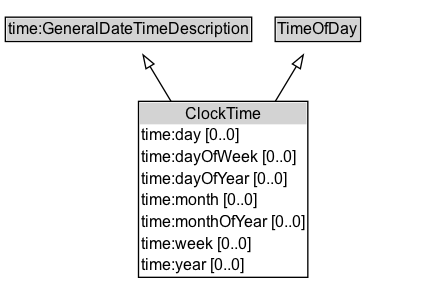
k-vaughn/ontology-its-time keeps this Graphviz diagram as docs/diagrams/ClockTime.dot.png. Above is the earlier version. Its source is kept beside it as docs/diagrams/ClockTime.dot.
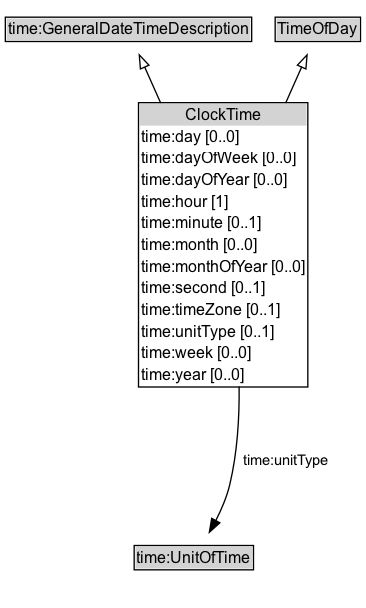
After the commit.

The edit, as a diff of the source:
```diff
@@ -7,14 +7,19 @@
 		time_GeneralDateTimeDescription [label=<<TABLE BORDER="1" CELLBORDER="0" CELLSPACING="0" CELLPADDING="1"><TR><TD BGCOLOR="lightgray" ALIGN="CENTER">time:GeneralDateTimeDescription</TD></TR></TABLE>> URL="https://w3id.org/citydata/imported/time/latest/GeneralDateTimeDescription" margin=0]
 		TimeOfDay [label=<<TABLE BORDER="1" CELLBORDER="0" CELLSPACING="0" CELLPADDING="1"><TR><TD BGCOLOR="lightgray" ALIGN="CENTER">TimeOfDay</TD></TR></TABLE>> URL="../TimeOfDay" margin=0]
 	}
-	ClockTime [label=<<TABLE BORDER="1" CELLBORDER="0" CELLSPACING="0" CELLPADDING="1"><TR><TD BGCOLOR="lightgray" ALIGN="CENTER">ClockTime</TD></TR><TR><TD ALIGN="LEFT">time:day [0..0]</TD></TR><TR><TD ALIGN="LEFT">time:dayOfWeek [0..0]</TD></TR><TR><TD ALIGN="LEFT">time:dayOfYear [0..0]</TD></TR><TR><TD ALIGN="LEFT">time:month [0..0]</TD></TR><TR><TD ALIGN="LEFT">time:monthOfYear [0..0]</TD></TR><TR><TD ALIGN="LEFT">time:week [0..0]</TD></TR><TR><TD ALIGN="LEFT">time:year [0..0]</TD></TR></TABLE>> URL="../ClockTime" margin=0]
+	ClockTime [label=<<TABLE BORDER="1" CELLBORDER="0" CELLSPACING="0" CELLPADDING="1"><TR><TD BGCOLOR="lightgray" ALIGN="CENTER">ClockTime</TD></TR><TR><TD ALIGN="LEFT">time:day [0..0]</TD></TR><TR><TD ALIGN="LEFT">time:dayOfWeek [0..0]</TD></TR><TR><TD ALIGN="LEFT">time:dayOfYear [0..0]</TD></TR><TR><TD ALIGN="LEFT">time:hour [1]</TD></TR><TR><TD ALIGN="LEFT">time:minute [0..1]</TD></TR><TR><TD ALIGN="LEFT">time:month [0..0]</TD></TR><TR><TD ALIGN="LEFT">time:monthOfYear [0..0]</TD></TR><TR><TD ALIGN="LEFT">time:second [0..1]</TD></TR><TR><TD ALIGN="LEFT">time:timeZone [0..1]</TD></TR><TR><TD ALIGN="LEFT">time:unitType [0..1]</TD></TR><TR><TD ALIGN="LEFT">time:week [0..0]</TD></TR><TR><TD ALIGN="LEFT">time:year [0..0]</TD></TR></TABLE>> URL="../ClockTime" margin=0]
 	{
 		rank=max
 	}
 	subgraph cluster_associated {
 		label="" style=invis
 		Invis [label=<<TABLE BORDER="0" CELLBORDER="0" CELLSPACING="0" CELLPADDING="1"><TR><TD></TD></TR></TABLE>> margin=0 style=invis]
+		time_UnitOfTime [label=<<TABLE BORDER="1" CELLBORDER="0" CELLSPACING="0" CELLPADDING="1"><TR><TD BGCOLOR="lightgray" ALIGN="CENTER">time:UnitOfTime</TD></TR></TABLE>> URL="https://w3id.org/citydata/imported/time/latest/UnitOfTime" margin=0]
 	}
 	ClockTime -> time_GeneralDateTimeDescription [arrowhead=onormal style=solid]
 	ClockTime -> TimeOfDay [arrowhead=onormal style=solid]
+	ClockTime -> Invis [style=invis]
+	Invis -> time_UnitOfTime [style=invis]
+	time_UnitOfTime [label=<<TABLE BORDER="1" CELLBORDER="0" CELLSPACING="0" CELLPADDING="1"><TR><TD BGCOLOR="lightgray" ALIGN="CENTER">time:UnitOfTime</TD></TR></TABLE>> URL="https://w3id.org/citydata/imported/time/latest/UnitOfTime" margin=0]
+	ClockTime -> time_UnitOfTime [label=<<TABLE BORDER="0" CELLBORDER="0" CELLSPACING="0" CELLPADDING="4" BGCOLOR="white"><TR><TD ALIGN="CENTER">time:unitType</TD></TR></TABLE>> arrowhead=normal style=solid]
 }
```
